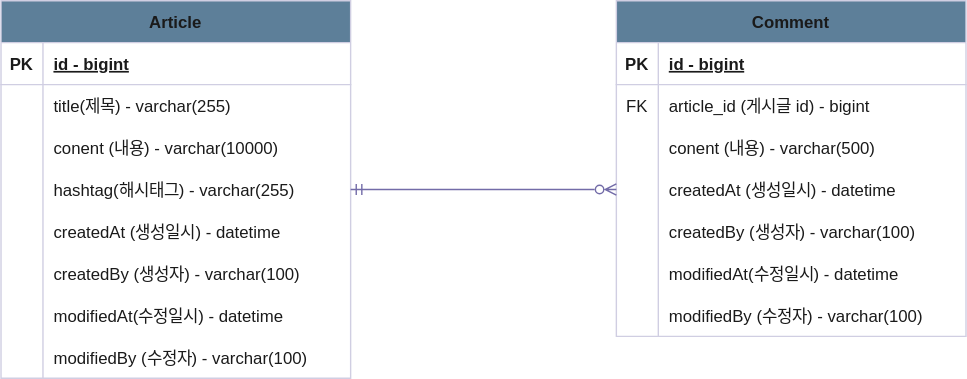
The draw.io diagram document/erd.svg in leewg97/board-project, before a commit. Source tidied: cells renumbered, new cells last; positions are measured from the earlier drawing's top-left corner, leaving out a move shared by most shapes.
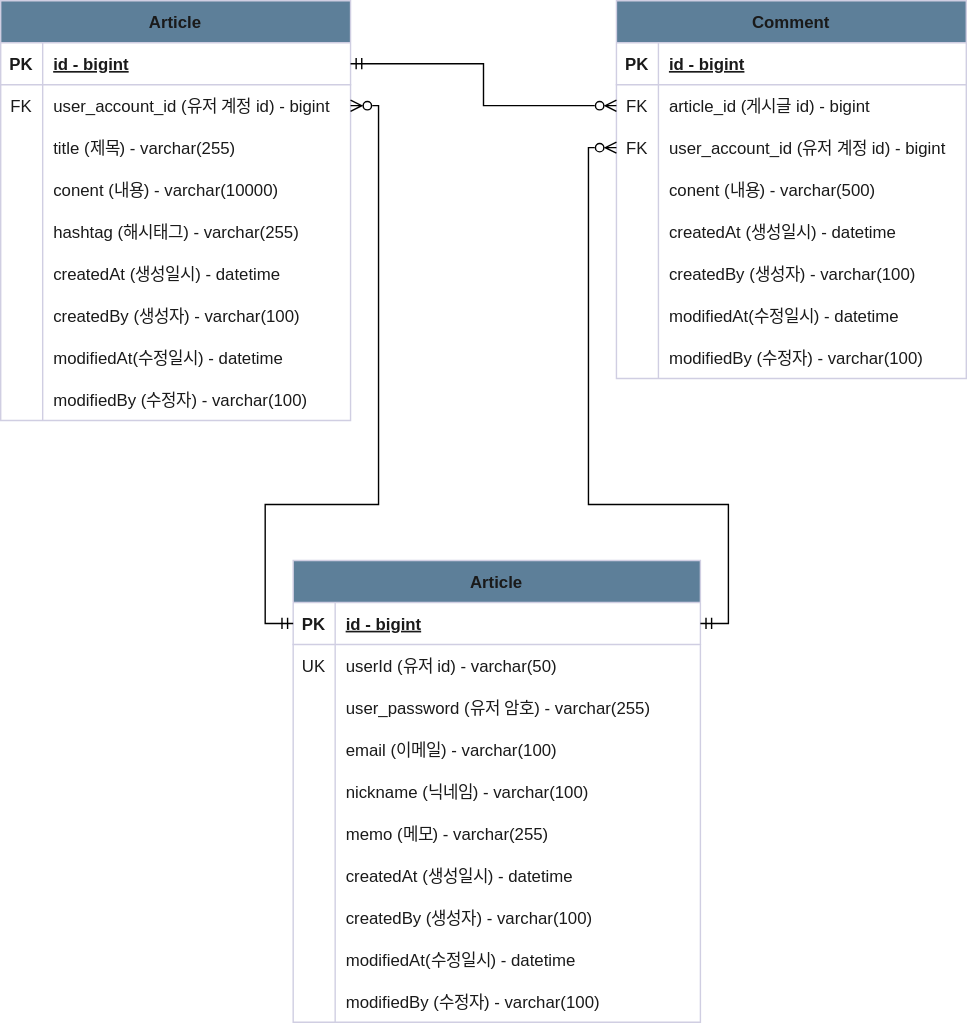
Above is the later version.

Commit message:
Docs #11 : Update ERD * user account entity 추가

What changed in the source:
```diff
@@ -5,3 +5,3 @@
     <mxCell id="2" value="Article" style="shape=table;startSize=30;rowLines=0;fontStyle=1;align=center;fillColor=#5D7F99;strokeColor=#D0CEE2;fontColor=#1A1A1A;" parent="1" vertex="1">
-      <mxGeometry width="250" height="270" as="geometry" />
+      <mxGeometry width="250" height="300" as="geometry" />
     </mxCell>
@@ -19,10 +19,19 @@
     </mxCell>
-    <mxCell id="7" style="shape=partialRectangle;fillColor=none;top=0;left=0;bottom=0;right=0;overflow=hidden;strokeColor=#D0CEE2;fontColor=#1A1A1A;" parent="6" vertex="1">
+    <mxCell id="7" value="FK" style="shape=partialRectangle;fillColor=none;top=0;left=0;bottom=0;right=0;overflow=hidden;strokeColor=#D0CEE2;fontColor=#1A1A1A;" parent="6" vertex="1">
       <mxGeometry width="30" height="30" as="geometry" />
     </mxCell>
-    <mxCell id="8" value="title(제목) - varchar(255)" style="shape=partialRectangle;fillColor=none;top=0;left=0;bottom=0;right=0;align=left;spacingLeft=6;overflow=hidden;strokeColor=#D0CEE2;fontColor=#1A1A1A;" parent="6" vertex="1">
+    <mxCell id="8" value="user_account_id (유저 계정 id) - bigint" style="shape=partialRectangle;fillColor=none;top=0;left=0;bottom=0;right=0;align=left;spacingLeft=6;overflow=hidden;strokeColor=#D0CEE2;fontColor=#1A1A1A;" parent="6" vertex="1">
       <mxGeometry x="30" width="220" height="30" as="geometry" />
     </mxCell>
+    <mxCell id="50" style="shape=tableRow;horizontal=0;startSize=0;swimlaneHead=0;swimlaneBody=0;fillColor=none;top=0;left=0;right=0;bottom=0;strokeColor=#D0CEE2;fontColor=#1A1A1A;" parent="2" vertex="1">
+      <mxGeometry y="90" width="250" height="30" as="geometry" />
+    </mxCell>
+    <mxCell id="51" style="shape=partialRectangle;fillColor=none;top=0;left=0;bottom=0;right=0;overflow=hidden;strokeColor=#D0CEE2;fontColor=#1A1A1A;" parent="50" vertex="1">
+      <mxGeometry width="30" height="30" as="geometry" />
+    </mxCell>
+    <mxCell id="52" value="title (제목) - varchar(255)" style="shape=partialRectangle;fillColor=none;top=0;left=0;bottom=0;right=0;align=left;spacingLeft=6;overflow=hidden;strokeColor=#D0CEE2;fontColor=#1A1A1A;" parent="50" vertex="1">
+      <mxGeometry x="30" width="220" height="30" as="geometry" />
+    </mxCell>
     <mxCell id="9" style="shape=tableRow;horizontal=0;startSize=0;swimlaneHead=0;swimlaneBody=0;fillColor=none;top=0;left=0;right=0;bottom=0;strokeColor=#D0CEE2;fontColor=#1A1A1A;" parent="2" vertex="1">
-      <mxGeometry y="90" width="250" height="30" as="geometry" />
+      <mxGeometry y="120" width="250" height="30" as="geometry" />
     </mxCell>
@@ -35,3 +44,3 @@
     <mxCell id="12" style="shape=tableRow;horizontal=0;startSize=0;swimlaneHead=0;swimlaneBody=0;fillColor=none;points=[[0,0.5],[1,0.5]];portConstraint=eastwest;top=0;left=0;right=0;bottom=0;strokeColor=#D0CEE2;fontColor=#1A1A1A;" parent="2" vertex="1">
-      <mxGeometry y="120" width="250" height="30" as="geometry" />
+      <mxGeometry y="150" width="250" height="30" as="geometry" />
     </mxCell>
@@ -40,3 +49,3 @@
     </mxCell>
-    <mxCell id="14" value="hashtag(해시태그) - varchar(255)" style="shape=partialRectangle;fillColor=none;top=0;left=0;bottom=0;right=0;align=left;spacingLeft=6;overflow=hidden;strokeColor=#D0CEE2;fontColor=#1A1A1A;" parent="12" vertex="1">
+    <mxCell id="14" value="hashtag (해시태그) - varchar(255)" style="shape=partialRectangle;fillColor=none;top=0;left=0;bottom=0;right=0;align=left;spacingLeft=6;overflow=hidden;strokeColor=#D0CEE2;fontColor=#1A1A1A;" parent="12" vertex="1">
       <mxGeometry x="30" width="220" height="30" as="geometry" />
@@ -44,3 +53,3 @@
     <mxCell id="15" style="shape=tableRow;horizontal=0;startSize=0;swimlaneHead=0;swimlaneBody=0;fillColor=none;top=0;left=0;right=0;bottom=0;strokeColor=#D0CEE2;fontColor=#1A1A1A;" parent="2" vertex="1">
-      <mxGeometry y="150" width="250" height="30" as="geometry" />
+      <mxGeometry y="180" width="250" height="30" as="geometry" />
     </mxCell>
@@ -53,3 +62,3 @@
     <mxCell id="18" style="shape=tableRow;horizontal=0;startSize=0;swimlaneHead=0;swimlaneBody=0;fillColor=none;top=0;left=0;right=0;bottom=0;strokeColor=#D0CEE2;fontColor=#1A1A1A;" parent="2" vertex="1">
-      <mxGeometry y="180" width="250" height="30" as="geometry" />
+      <mxGeometry y="210" width="250" height="30" as="geometry" />
     </mxCell>
@@ -62,3 +71,3 @@
     <mxCell id="21" style="shape=tableRow;horizontal=0;startSize=0;swimlaneHead=0;swimlaneBody=0;fillColor=none;top=0;left=0;right=0;bottom=0;strokeColor=#D0CEE2;fontColor=#1A1A1A;" parent="2" vertex="1">
-      <mxGeometry y="210" width="250" height="30" as="geometry" />
+      <mxGeometry y="240" width="250" height="30" as="geometry" />
     </mxCell>
@@ -71,3 +80,3 @@
     <mxCell id="24" style="shape=tableRow;horizontal=0;startSize=0;swimlaneHead=0;swimlaneBody=0;fillColor=none;top=0;left=0;right=0;bottom=0;strokeColor=#D0CEE2;fontColor=#1A1A1A;" parent="2" vertex="1">
-      <mxGeometry y="240" width="250" height="30" as="geometry" />
+      <mxGeometry y="270" width="250" height="30" as="geometry" />
     </mxCell>
@@ -80,3 +89,3 @@
     <mxCell id="27" value="Comment" style="shape=table;startSize=30;rowLines=0;fontStyle=1;align=center;fillColor=#5D7F99;strokeColor=#D0CEE2;fontColor=#1A1A1A;" parent="1" vertex="1">
-      <mxGeometry x="440" width="250" height="240" as="geometry" />
+      <mxGeometry x="440" width="250" height="270" as="geometry" />
     </mxCell>
@@ -100,4 +109,13 @@
     </mxCell>
+    <mxCell id="53" style="shape=tableRow;horizontal=0;startSize=0;swimlaneHead=0;swimlaneBody=0;fillColor=none;points=[[0,0.5],[1,0.5]];portConstraint=eastwest;top=0;left=0;right=0;bottom=0;strokeColor=#D0CEE2;fontColor=#1A1A1A;" parent="27" vertex="1">
+      <mxGeometry y="90" width="250" height="30" as="geometry" />
+    </mxCell>
+    <mxCell id="54" value="FK" style="shape=partialRectangle;fillColor=none;top=0;left=0;bottom=0;right=0;overflow=hidden;strokeColor=#D0CEE2;fontColor=#1A1A1A;" parent="53" vertex="1">
+      <mxGeometry width="30" height="30" as="geometry" />
+    </mxCell>
+    <mxCell id="55" value="user_account_id (유저 계정 id) - bigint" style="shape=partialRectangle;fillColor=none;top=0;left=0;bottom=0;right=0;align=left;spacingLeft=6;overflow=hidden;strokeColor=#D0CEE2;fontColor=#1A1A1A;" parent="53" vertex="1">
+      <mxGeometry x="30" width="220" height="30" as="geometry" />
+    </mxCell>
     <mxCell id="34" style="shape=tableRow;horizontal=0;startSize=0;swimlaneHead=0;swimlaneBody=0;fillColor=none;top=0;left=0;right=0;bottom=0;strokeColor=#D0CEE2;fontColor=#1A1A1A;" parent="27" vertex="1">
-      <mxGeometry y="90" width="250" height="30" as="geometry" />
+      <mxGeometry y="120" width="250" height="30" as="geometry" />
     </mxCell>
@@ -110,3 +128,3 @@
     <mxCell id="37" style="shape=tableRow;horizontal=0;startSize=0;swimlaneHead=0;swimlaneBody=0;fillColor=none;points=[[0,0.5],[1,0.5]];portConstraint=eastwest;top=0;left=0;right=0;bottom=0;strokeColor=#D0CEE2;fontColor=#1A1A1A;" parent="27" vertex="1">
-      <mxGeometry y="120" width="250" height="30" as="geometry" />
+      <mxGeometry y="150" width="250" height="30" as="geometry" />
     </mxCell>
@@ -119,3 +137,3 @@
     <mxCell id="40" style="shape=tableRow;horizontal=0;startSize=0;swimlaneHead=0;swimlaneBody=0;fillColor=none;top=0;left=0;right=0;bottom=0;strokeColor=#D0CEE2;fontColor=#1A1A1A;" parent="27" vertex="1">
-      <mxGeometry y="150" width="250" height="30" as="geometry" />
+      <mxGeometry y="180" width="250" height="30" as="geometry" />
     </mxCell>
@@ -128,3 +146,3 @@
     <mxCell id="43" style="shape=tableRow;horizontal=0;startSize=0;swimlaneHead=0;swimlaneBody=0;fillColor=none;top=0;left=0;right=0;bottom=0;strokeColor=#D0CEE2;fontColor=#1A1A1A;" parent="27" vertex="1">
-      <mxGeometry y="180" width="250" height="30" as="geometry" />
+      <mxGeometry y="210" width="250" height="30" as="geometry" />
     </mxCell>
@@ -137,3 +155,3 @@
     <mxCell id="46" style="shape=tableRow;horizontal=0;startSize=0;swimlaneHead=0;swimlaneBody=0;fillColor=none;top=0;left=0;right=0;bottom=0;strokeColor=#D0CEE2;fontColor=#1A1A1A;" parent="27" vertex="1">
-      <mxGeometry y="210" width="250" height="30" as="geometry" />
+      <mxGeometry y="240" width="250" height="30" as="geometry" />
     </mxCell>
@@ -145,5 +163,118 @@
     </mxCell>
-    <mxCell id="49" style="edgeStyle=orthogonalEdgeStyle;rounded=0;jettySize=auto;html=1;exitX=1;exitY=0.5;exitDx=0;exitDy=0;entryX=0;entryY=0.5;entryDx=0;entryDy=0;startArrow=ERmandOne;startFill=0;endArrow=ERzeroToMany;endFill=0;strokeColor=#736CA8;fontColor=#1A1A1A;" parent="1" edge="1" source="12" target="37">
+    <mxCell id="49" style="edgeStyle=orthogonalEdgeStyle;rounded=0;jettySize=auto;html=1;exitX=1;exitY=0.5;exitDx=0;exitDy=0;entryX=0;entryY=0.5;entryDx=0;entryDy=0;startArrow=ERmandOne;startFill=0;endArrow=ERzeroToMany;endFill=0;strokeColor=#000000;fontColor=#1A1A1A;" parent="1" edge="1" source="3" target="31">
       <mxGeometry relative="1" as="geometry" />
     </mxCell>
+    <mxCell id="56" value="Article" style="shape=table;startSize=30;rowLines=0;fontStyle=1;align=center;fillColor=#5D7F99;strokeColor=#D0CEE2;fontColor=#1A1A1A;" parent="1" vertex="1">
+      <mxGeometry x="209" y="400" width="291" height="330" as="geometry" />
+    </mxCell>
+    <mxCell id="57" style="shape=tableRow;horizontal=0;startSize=0;swimlaneHead=0;swimlaneBody=0;fillColor=none;points=[[0,0.5],[1,0.5]];portConstraint=eastwest;top=0;left=0;right=0;bottom=1;strokeColor=#D0CEE2;fontColor=#1A1A1A;" parent="56" vertex="1">
+      <mxGeometry y="30" width="291" height="30" as="geometry" />
+    </mxCell>
+    <mxCell id="58" value="PK" style="shape=partialRectangle;fillColor=none;top=0;left=0;bottom=0;right=0;fontStyle=1;overflow=hidden;strokeColor=#D0CEE2;fontColor=#1A1A1A;" parent="57" vertex="1">
+      <mxGeometry width="30" height="30" as="geometry" />
+    </mxCell>
+    <mxCell id="59" value="id - bigint" style="shape=partialRectangle;fillColor=none;top=0;left=0;bottom=0;right=0;align=left;spacingLeft=6;fontStyle=5;overflow=hidden;strokeColor=#D0CEE2;fontColor=#1A1A1A;" parent="57" vertex="1">
+      <mxGeometry x="30" width="261" height="30" as="geometry" />
+    </mxCell>
+    <mxCell id="60" style="shape=tableRow;horizontal=0;startSize=0;swimlaneHead=0;swimlaneBody=0;fillColor=none;top=0;left=0;right=0;bottom=0;strokeColor=#D0CEE2;fontColor=#1A1A1A;" parent="56" vertex="1">
+      <mxGeometry y="60" width="291" height="30" as="geometry" />
+    </mxCell>
+    <mxCell id="61" value="UK" style="shape=partialRectangle;fillColor=none;top=0;left=0;bottom=0;right=0;overflow=hidden;strokeColor=#D0CEE2;fontColor=#1A1A1A;" parent="60" vertex="1">
+      <mxGeometry width="30" height="30" as="geometry" />
+    </mxCell>
+    <mxCell id="62" value="userId (유저 id) - varchar(50)" style="shape=partialRectangle;fillColor=none;top=0;left=0;bottom=0;right=0;align=left;spacingLeft=6;overflow=hidden;strokeColor=#D0CEE2;fontColor=#1A1A1A;" parent="60" vertex="1">
+      <mxGeometry x="30" width="261" height="30" as="geometry" />
+    </mxCell>
+    <mxCell id="63" style="shape=tableRow;horizontal=0;startSize=0;swimlaneHead=0;swimlaneBody=0;fillColor=none;top=0;left=0;right=0;bottom=0;strokeColor=#D0CEE2;fontColor=#1A1A1A;" parent="56" vertex="1">
+      <mxGeometry y="90" width="291" height="30" as="geometry" />
+    </mxCell>
+    <mxCell id="64" style="shape=partialRectangle;fillColor=none;top=0;left=0;bottom=0;right=0;overflow=hidden;strokeColor=#D0CEE2;fontColor=#1A1A1A;" parent="63" vertex="1">
+      <mxGeometry width="30" height="30" as="geometry" />
+    </mxCell>
+    <mxCell id="65" value="user_password (유저 암호) - varchar(255)" style="shape=partialRectangle;fillColor=none;top=0;left=0;bottom=0;right=0;align=left;spacingLeft=6;overflow=hidden;strokeColor=#D0CEE2;fontColor=#1A1A1A;" parent="63" vertex="1">
+      <mxGeometry x="30" width="261" height="30" as="geometry" />
+    </mxCell>
+    <mxCell id="66" style="shape=tableRow;horizontal=0;startSize=0;swimlaneHead=0;swimlaneBody=0;fillColor=none;top=0;left=0;right=0;bottom=0;strokeColor=#D0CEE2;fontColor=#1A1A1A;" parent="56" vertex="1">
+      <mxGeometry y="120" width="291" height="30" as="geometry" />
+    </mxCell>
+    <mxCell id="67" style="shape=partialRectangle;fillColor=none;top=0;left=0;bottom=0;right=0;overflow=hidden;strokeColor=#D0CEE2;fontColor=#1A1A1A;" parent="66" vertex="1">
+      <mxGeometry width="30" height="30" as="geometry" />
+    </mxCell>
+    <mxCell id="68" value="email (이메일) - varchar(100)" style="shape=partialRectangle;fillColor=none;top=0;left=0;bottom=0;right=0;align=left;spacingLeft=6;overflow=hidden;strokeColor=#D0CEE2;fontColor=#1A1A1A;" parent="66" vertex="1">
+      <mxGeometry x="30" width="261" height="30" as="geometry" />
+    </mxCell>
+    <mxCell id="69" style="shape=tableRow;horizontal=0;startSize=0;swimlaneHead=0;swimlaneBody=0;fillColor=none;top=0;left=0;right=0;bottom=0;strokeColor=#D0CEE2;fontColor=#1A1A1A;" parent="56" vertex="1">
+      <mxGeometry y="150" width="291" height="30" as="geometry" />
+    </mxCell>
+    <mxCell id="70" style="shape=partialRectangle;fillColor=none;top=0;left=0;bottom=0;right=0;overflow=hidden;strokeColor=#D0CEE2;fontColor=#1A1A1A;" parent="69" vertex="1">
+      <mxGeometry width="30" height="30" as="geometry" />
+    </mxCell>
+    <mxCell id="71" value="nickname (닉네임) - varchar(100)" style="shape=partialRectangle;fillColor=none;top=0;left=0;bottom=0;right=0;align=left;spacingLeft=6;overflow=hidden;strokeColor=#D0CEE2;fontColor=#1A1A1A;" parent="69" vertex="1">
+      <mxGeometry x="30" width="261" height="30" as="geometry" />
+    </mxCell>
+    <mxCell id="72" style="shape=tableRow;horizontal=0;startSize=0;swimlaneHead=0;swimlaneBody=0;fillColor=none;top=0;left=0;right=0;bottom=0;strokeColor=#D0CEE2;fontColor=#1A1A1A;" parent="56" vertex="1">
+      <mxGeometry y="180" width="291" height="30" as="geometry" />
+    </mxCell>
+    <mxCell id="73" style="shape=partialRectangle;fillColor=none;top=0;left=0;bottom=0;right=0;overflow=hidden;strokeColor=#D0CEE2;fontColor=#1A1A1A;" parent="72" vertex="1">
+      <mxGeometry width="30" height="30" as="geometry" />
+    </mxCell>
+    <mxCell id="74" value="memo (메모) - varchar(255)" style="shape=partialRectangle;fillColor=none;top=0;left=0;bottom=0;right=0;align=left;spacingLeft=6;overflow=hidden;strokeColor=#D0CEE2;fontColor=#1A1A1A;" parent="72" vertex="1">
+      <mxGeometry x="30" width="261" height="30" as="geometry" />
+    </mxCell>
+    <mxCell id="75" style="shape=tableRow;horizontal=0;startSize=0;swimlaneHead=0;swimlaneBody=0;fillColor=none;top=0;left=0;right=0;bottom=0;strokeColor=#D0CEE2;fontColor=#1A1A1A;" parent="56" vertex="1">
+      <mxGeometry y="210" width="291" height="30" as="geometry" />
+    </mxCell>
+    <mxCell id="76" style="shape=partialRectangle;fillColor=none;top=0;left=0;bottom=0;right=0;overflow=hidden;strokeColor=#D0CEE2;fontColor=#1A1A1A;" parent="75" vertex="1">
+      <mxGeometry width="30" height="30" as="geometry" />
+    </mxCell>
+    <mxCell id="77" value="createdAt (생성일시) - datetime" style="shape=partialRectangle;fillColor=none;top=0;left=0;bottom=0;right=0;align=left;spacingLeft=6;overflow=hidden;strokeColor=#D0CEE2;fontColor=#1A1A1A;" parent="75" vertex="1">
+      <mxGeometry x="30" width="261" height="30" as="geometry" />
+    </mxCell>
+    <mxCell id="78" style="shape=tableRow;horizontal=0;startSize=0;swimlaneHead=0;swimlaneBody=0;fillColor=none;top=0;left=0;right=0;bottom=0;strokeColor=#D0CEE2;fontColor=#1A1A1A;" parent="56" vertex="1">
+      <mxGeometry y="240" width="291" height="30" as="geometry" />
+    </mxCell>
+    <mxCell id="79" style="shape=partialRectangle;fillColor=none;top=0;left=0;bottom=0;right=0;overflow=hidden;strokeColor=#D0CEE2;fontColor=#1A1A1A;" parent="78" vertex="1">
+      <mxGeometry width="30" height="30" as="geometry" />
+    </mxCell>
+    <mxCell id="80" value="createdBy (생성자) - varchar(100)" style="shape=partialRectangle;fillColor=none;top=0;left=0;bottom=0;right=0;align=left;spacingLeft=6;overflow=hidden;strokeColor=#D0CEE2;fontColor=#1A1A1A;" parent="78" vertex="1">
+      <mxGeometry x="30" width="261" height="30" as="geometry" />
+    </mxCell>
+    <mxCell id="81" style="shape=tableRow;horizontal=0;startSize=0;swimlaneHead=0;swimlaneBody=0;fillColor=none;top=0;left=0;right=0;bottom=0;strokeColor=#D0CEE2;fontColor=#1A1A1A;" parent="56" vertex="1">
+      <mxGeometry y="270" width="291" height="30" as="geometry" />
+    </mxCell>
+    <mxCell id="82" style="shape=partialRectangle;fillColor=none;top=0;left=0;bottom=0;right=0;overflow=hidden;strokeColor=#D0CEE2;fontColor=#1A1A1A;" parent="81" vertex="1">
+      <mxGeometry width="30" height="30" as="geometry" />
+    </mxCell>
+    <mxCell id="83" value="modifiedAt(수정일시) - datetime" style="shape=partialRectangle;fillColor=none;top=0;left=0;bottom=0;right=0;align=left;spacingLeft=6;overflow=hidden;strokeColor=#D0CEE2;fontColor=#1A1A1A;" parent="81" vertex="1">
+      <mxGeometry x="30" width="261" height="30" as="geometry" />
+    </mxCell>
+    <mxCell id="84" style="shape=tableRow;horizontal=0;startSize=0;swimlaneHead=0;swimlaneBody=0;fillColor=none;top=0;left=0;right=0;bottom=0;strokeColor=#D0CEE2;fontColor=#1A1A1A;" parent="56" vertex="1">
+      <mxGeometry y="300" width="291" height="30" as="geometry" />
+    </mxCell>
+    <mxCell id="85" style="shape=partialRectangle;fillColor=none;top=0;left=0;bottom=0;right=0;overflow=hidden;strokeColor=#D0CEE2;fontColor=#1A1A1A;" parent="84" vertex="1">
+      <mxGeometry width="30" height="30" as="geometry" />
+    </mxCell>
+    <mxCell id="86" value="modifiedBy (수정자) - varchar(100)" style="shape=partialRectangle;fillColor=none;top=0;left=0;bottom=0;right=0;align=left;spacingLeft=6;overflow=hidden;strokeColor=#D0CEE2;fontColor=#1A1A1A;" parent="84" vertex="1">
+      <mxGeometry x="30" width="261" height="30" as="geometry" />
+    </mxCell>
+    <mxCell id="87" style="edgeStyle=orthogonalEdgeStyle;rounded=0;jettySize=auto;html=1;entryX=1;entryY=0.5;entryDx=0;entryDy=0;startArrow=ERmandOne;startFill=0;endArrow=ERzeroToMany;endFill=0;" parent="1" edge="1" source="57" target="6">
+      <mxGeometry relative="1" as="geometry">
+        <Array as="points">
+          <mxPoint x="189" y="445" />
+          <mxPoint x="189" y="360" />
+          <mxPoint x="270" y="360" />
+          <mxPoint x="270" y="75" />
+        </Array>
+      </mxGeometry>
+    </mxCell>
+    <mxCell id="88" style="edgeStyle=orthogonalEdgeStyle;rounded=0;jettySize=auto;html=1;entryX=0;entryY=0.5;entryDx=0;entryDy=0;endArrow=ERzeroToMany;endFill=0;startArrow=ERmandOne;startFill=0;" parent="1" edge="1" source="57" target="53">
+      <mxGeometry relative="1" as="geometry">
+        <Array as="points">
+          <mxPoint x="520" y="445" />
+          <mxPoint x="520" y="360" />
+          <mxPoint x="420" y="360" />
+          <mxPoint x="420" y="105" />
+        </Array>
+      </mxGeometry>
+    </mxCell>
   </root>
```
